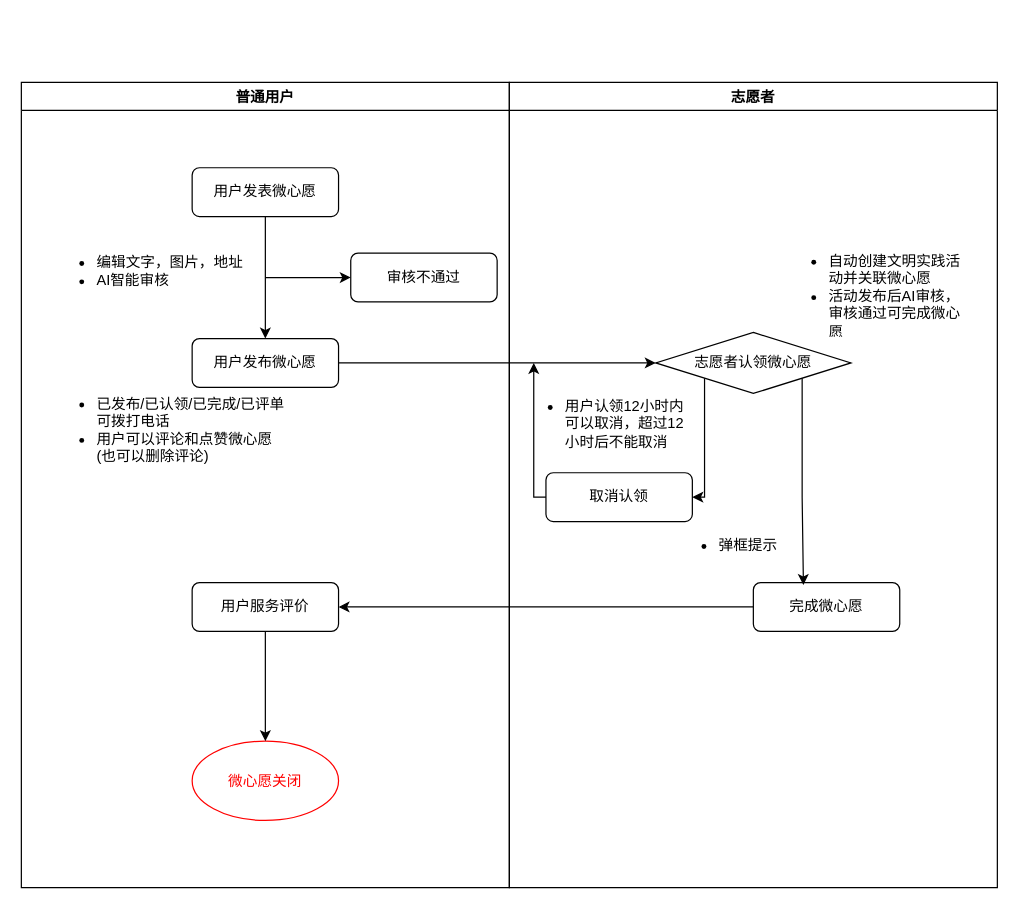
This is 微心愿.drawio from KZ137onethe/hello-world, a draw.io file, before an edit. Source tidied: cells renumbered, new cells numbered last; positions are measured from the earlier drawing's top-left corner, leaving out a move shared by most shapes. Both pictures are drawn from the tidied source at 122%, with x=0, y=0 at pixel (21, 82).
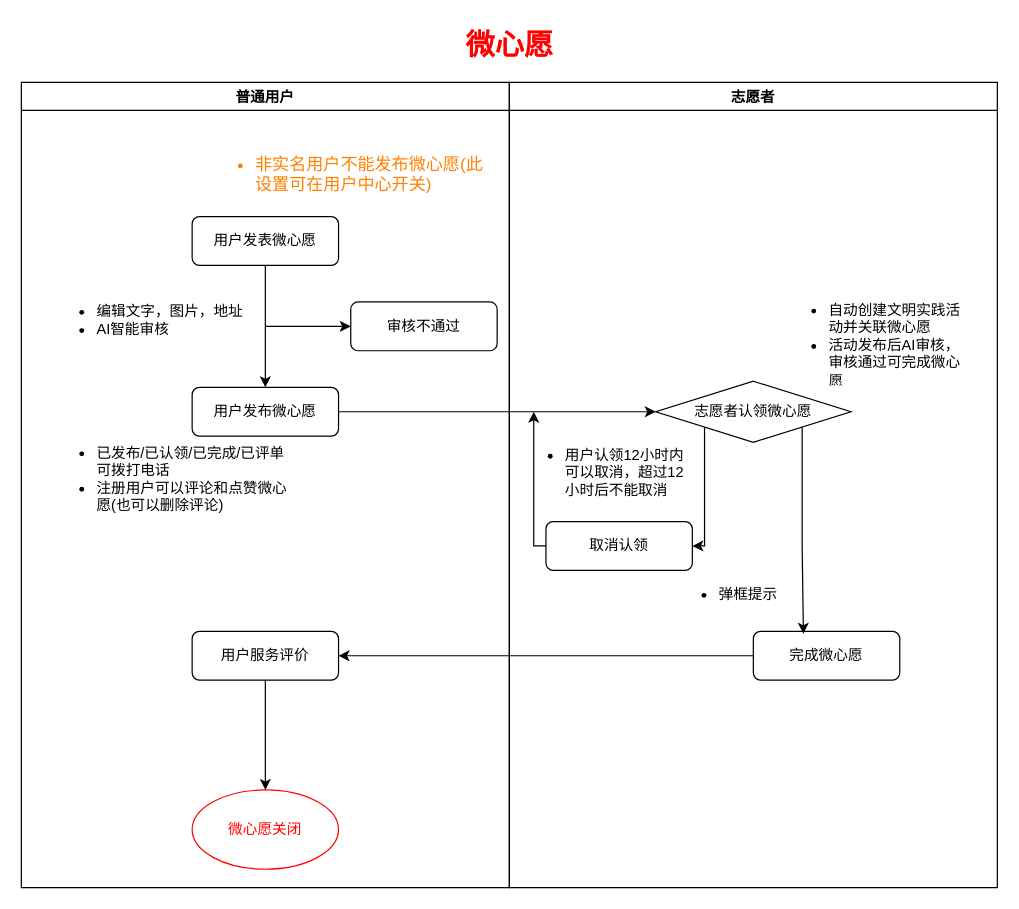
After the change.

Unchanged cells that the change refers to:
```xml
<mxCell id="2" value="普通用户" style="swimlane;" parent="1" vertex="1">
  <mxGeometry width="400" height="660" as="geometry" />
</mxCell>
<mxCell id="11" value="志愿者" style="swimlane;" parent="1" vertex="1">
  <mxGeometry x="400" width="400" height="660" as="geometry" />
</mxCell>
```

The edit, as a diff of the source:
```diff
@@
     <mxCell id="3" value="用户发表微心愿" style="rounded=1;whiteSpace=wrap;html=1;" parent="2" vertex="1">
-      <mxGeometry x="140" y="70" width="120" height="40" as="geometry" />
+      <mxGeometry x="140" y="110" width="120" height="40" as="geometry" />
     </mxCell>
     <mxCell id="4" value="用户发布微心愿" style="rounded=1;whiteSpace=wrap;html=1;" parent="2" vertex="1">
-      <mxGeometry x="140" y="210" width="120" height="40" as="geometry" />
+      <mxGeometry x="140" y="250" width="120" height="40" as="geometry" />
     </mxCell>
     <mxCell id="5" value="&lt;ul&gt;&lt;li&gt;编辑文字，图片，地址&lt;/li&gt;&lt;li&gt;AI智能审核&lt;/li&gt;&lt;/ul&gt;" style="text;strokeColor=none;fillColor=none;html=1;whiteSpace=wrap;verticalAlign=middle;overflow=hidden;" parent="2" vertex="1">
-      <mxGeometry x="20" y="110" width="200" height="90" as="geometry" />
+      <mxGeometry x="20" y="150" width="200" height="90" as="geometry" />
     </mxCell>
-    <mxCell id="6" value="&lt;ul&gt;&lt;li&gt;已发布/已认领/已完成/已评单可拨打电话&lt;/li&gt;&lt;li&gt;用户可以评论和点赞微心愿(也可以删除评论)&lt;/li&gt;&lt;/ul&gt;" style="text;strokeColor=none;fillColor=none;html=1;whiteSpace=wrap;verticalAlign=middle;overflow=hidden;" parent="2" vertex="1">
-      <mxGeometry x="20" y="240" width="200" height="90" as="geometry" />
+    <mxCell id="6" value="&lt;ul&gt;&lt;li&gt;已发布/已认领/已完成/已评单可拨打电话&lt;/li&gt;&lt;li&gt;注册用户可以评论和点赞微心愿(也可以删除评论)&lt;/li&gt;&lt;/ul&gt;" style="text;strokeColor=none;fillColor=none;html=1;whiteSpace=wrap;verticalAlign=middle;overflow=hidden;" parent="2" vertex="1">
+      <mxGeometry x="20" y="280" width="200" height="90" as="geometry" />
     </mxCell>
     <mxCell id="7" value="审核不通过" style="rounded=1;whiteSpace=wrap;html=1;" parent="2" vertex="1">
-      <mxGeometry x="270" y="140" width="120" height="40" as="geometry" />
+      <mxGeometry x="270" y="180" width="120" height="40" as="geometry" />
     </mxCell>
     <mxCell id="8" value="用户服务评价" style="rounded=1;whiteSpace=wrap;html=1;" parent="2" vertex="1">
-      <mxGeometry x="140" y="410" width="120" height="40" as="geometry" />
+      <mxGeometry x="140" y="450" width="120" height="40" as="geometry" />
     </mxCell>
     <mxCell id="9" value="&lt;font color=&quot;#ff0000&quot;&gt;微心愿关闭&lt;/font&gt;" style="ellipse;whiteSpace=wrap;html=1;strokeColor=#FF0000;" parent="2" vertex="1">
-      <mxGeometry x="140" y="540" width="120" height="65" as="geometry" />
+      <mxGeometry x="140" y="580" width="120" height="65" as="geometry" />
     </mxCell>
@@
+    <mxCell id="25" value="&lt;ul&gt;&lt;li&gt;&lt;span style=&quot;font-size: 14px ; background-color: rgb(255 , 255 , 255)&quot;&gt;非实名用户不能发布微心愿(此设置可在用户中心开关)&lt;/span&gt;&lt;/li&gt;&lt;/ul&gt;" style="text;strokeColor=none;fillColor=none;html=1;whiteSpace=wrap;verticalAlign=middle;overflow=hidden;fontColor=#FF8000;" parent="2" vertex="1">
+      <mxGeometry x="150" y="10" width="230" height="130" as="geometry" />
+    </mxCell>
@@
     <mxCell id="12" value="完成微心愿" style="rounded=1;whiteSpace=wrap;html=1;" parent="11" vertex="1">
-      <mxGeometry x="200" y="410" width="120" height="40" as="geometry" />
+      <mxGeometry x="200" y="450" width="120" height="40" as="geometry" />
     </mxCell>
     <mxCell id="13" value="&lt;ul&gt;&lt;li&gt;弹框提示&lt;/li&gt;&lt;/ul&gt;" style="text;strokeColor=none;fillColor=none;html=1;whiteSpace=wrap;verticalAlign=middle;overflow=hidden;" parent="11" vertex="1">
-      <mxGeometry x="130" y="350" width="100" height="60" as="geometry" />
+      <mxGeometry x="130" y="390" width="100" height="60" as="geometry" />
     </mxCell>
     <mxCell id="14" value="取消认领" style="rounded=1;whiteSpace=wrap;html=1;" parent="11" vertex="1">
-      <mxGeometry x="30" y="320" width="120" height="40" as="geometry" />
+      <mxGeometry x="30" y="360" width="120" height="40" as="geometry" />
     </mxCell>
     <mxCell id="15" value="&lt;span&gt;志愿者认领微心愿&lt;/span&gt;" style="rhombus;whiteSpace=wrap;html=1;" parent="11" vertex="1">
-      <mxGeometry x="120" y="205" width="160" height="50" as="geometry" />
+      <mxGeometry x="120" y="245" width="160" height="50" as="geometry" />
     </mxCell>
     <mxCell id="16" style="endArrow=classic;html=1;rounded=0;exitX=1;exitY=1;exitDx=0;exitDy=0;entryX=0.342;entryY=0.05;entryDx=0;entryDy=0;entryPerimeter=0;" parent="11" edge="1" source="15" target="12">
       <mxGeometry relative="1" as="geometry">
         <Array as="points">
-          <mxPoint x="240" y="340" />
+          <mxPoint x="240" y="380" />
         </Array>
       </mxGeometry>
     </mxCell>
     <mxCell id="17" style="endArrow=classic;html=1;rounded=0;exitX=0;exitY=1;exitDx=0;exitDy=0;entryX=1;entryY=0.5;entryDx=0;entryDy=0;" parent="11" edge="1" source="15" target="14">
       <mxGeometry relative="1" as="geometry">
         <Array as="points">
-          <mxPoint x="160" y="340" />
+          <mxPoint x="160" y="380" />
         </Array>
       </mxGeometry>
     </mxCell>
     <mxCell id="18" value="&lt;ul&gt;&lt;li&gt;用户认领12小时内可以取消，超过12小时后不能取消&lt;/li&gt;&lt;/ul&gt;" style="text;strokeColor=none;fillColor=none;html=1;whiteSpace=wrap;verticalAlign=middle;overflow=hidden;" parent="11" vertex="1">
-      <mxGeometry x="4" y="240" width="146" height="80" as="geometry" />
+      <mxGeometry x="4" y="280" width="146" height="80" as="geometry" />
     </mxCell>
     <mxCell id="19" value="&lt;ul&gt;&lt;li&gt;自动创建文明实践活动并关联微心愿&lt;/li&gt;&lt;li&gt;活动发布后AI审核，审核通过可完成微心愿&lt;/li&gt;&lt;/ul&gt;" style="text;strokeColor=none;fillColor=none;html=1;whiteSpace=wrap;verticalAlign=middle;overflow=hidden;" parent="11" vertex="1">
-      <mxGeometry x="220" y="125" width="150" height="85" as="geometry" />
+      <mxGeometry x="220" y="165" width="150" height="85" as="geometry" />
     </mxCell>
     <mxCell id="20" style="edgeStyle=orthogonalEdgeStyle;rounded=0;jettySize=auto;html=1;exitX=0.5;exitY=1;exitDx=0;exitDy=0;" parent="1" edge="1" source="3">
       <mxGeometry relative="1" as="geometry">
-        <mxPoint x="200" y="210" as="targetPoint" />
+        <mxPoint x="200" y="250" as="targetPoint" />
       </mxGeometry>
     </mxCell>
     <mxCell id="21" style="endArrow=classic;html=1;rounded=0;" parent="1" edge="1">
       <mxGeometry relative="1" as="geometry">
-        <mxPoint x="200" y="160" as="sourcePoint" />
-        <mxPoint x="270" y="160" as="targetPoint" />
+        <mxPoint x="200" y="200" as="sourcePoint" />
+        <mxPoint x="270" y="200" as="targetPoint" />
       </mxGeometry>
     </mxCell>
@@
     <mxCell id="23" style="endArrow=classic;html=1;rounded=0;exitX=0;exitY=0.5;exitDx=0;exitDy=0;" parent="1" edge="1" source="14">
       <mxGeometry relative="1" as="geometry">
-        <mxPoint x="420" y="230" as="targetPoint" />
+        <mxPoint x="420" y="270" as="targetPoint" />
         <Array as="points">
-          <mxPoint x="420" y="340" />
+          <mxPoint x="420" y="380" />
         </Array>
       </mxGeometry>
     </mxCell>
@@
+    <mxCell id="26" value="&lt;font color=&quot;#ff0000&quot;&gt;微心愿&lt;/font&gt;" style="text;strokeColor=none;fillColor=none;html=1;fontSize=24;fontStyle=1;verticalAlign=middle;align=center;" parent="1" vertex="1">
+      <mxGeometry x="350" y="-50" width="100" height="40" as="geometry" />
+    </mxCell>
```
